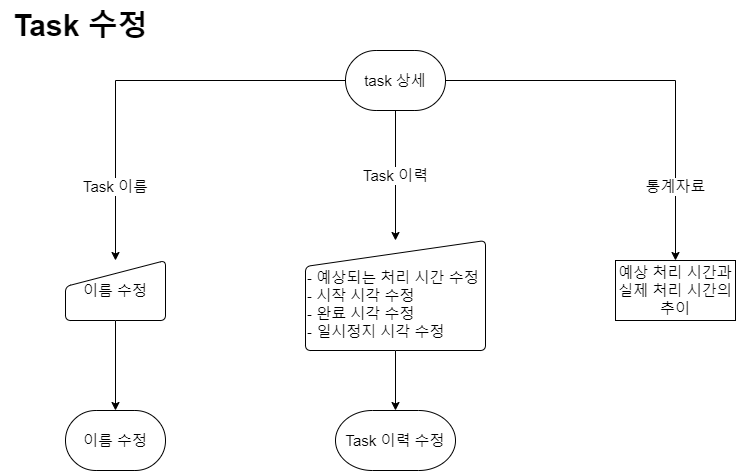
Above: timetodo-flowchart/task fix.png in MEOHIN/todo-pe (draw.io), before the change. Source tidied: cells renumbered, new cells last; positions are measured from the earlier drawing's top-left corner, leaving out a move shared by most shapes.
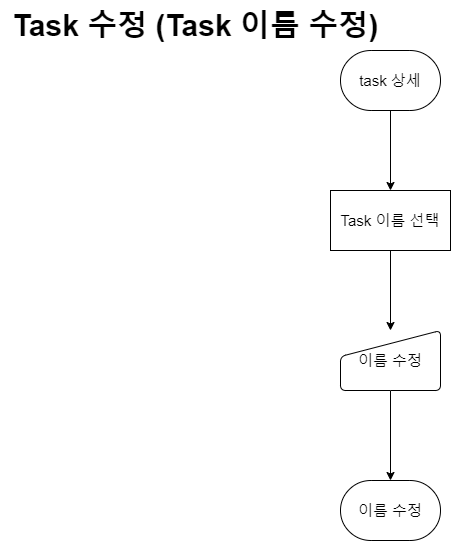
The same file after the commit.

Change to the diagram source:
```diff
@@ -2,18 +2,12 @@
   <root>
     <mxCell id="0" />
     <mxCell id="1" parent="0" />
-    <mxCell id="2" value="&lt;span style=&quot;font-size: 30px;&quot;&gt;Task 수정&lt;/span&gt;" style="text;html=1;align=center;verticalAlign=middle;strokeColor=none;fillColor=none;fontStyle=1;fontSize=30;" parent="1" vertex="1">
-      <mxGeometry width="160" height="50" as="geometry" />
+    <mxCell id="2" value="&lt;span style=&quot;font-size: 30px;&quot;&gt;Task 수정 (Task 이름 수정)&lt;/span&gt;" style="text;html=1;align=center;verticalAlign=middle;strokeColor=none;fillColor=none;fontStyle=1;fontSize=30;" parent="1" vertex="1">
+      <mxGeometry x="5" width="390" height="50" as="geometry" />
     </mxCell>
-    <mxCell id="3" value="Task 이력" style="edgeStyle=orthogonalEdgeStyle;rounded=0;jettySize=auto;html=1;fontSize=15;" parent="1" edge="1" source="6" target="10">
-      <mxGeometry relative="1" as="geometry" />
-    </mxCell>
-    <mxCell id="4" value="Task 이름" style="edgeStyle=orthogonalEdgeStyle;rounded=0;jettySize=auto;html=1;fontSize=15;" parent="1" edge="1" source="6" target="8">
-      <mxGeometry x="0.64" relative="1" as="geometry" />
-    </mxCell>
-    <mxCell id="5" value="통계자료" style="edgeStyle=orthogonalEdgeStyle;rounded=0;jettySize=auto;html=1;fontSize=15;" parent="1" edge="1" source="6" target="11">
-      <mxGeometry x="0.64" relative="1" as="geometry" />
-    </mxCell>
+    <mxCell id="14" style="edgeStyle=orthogonalEdgeStyle;rounded=0;jettySize=auto;html=1;" parent="1" edge="1" source="6" target="16">
+      <mxGeometry relative="1" as="geometry" />
+    </mxCell>
     <mxCell id="6" value="task 상세" style="strokeWidth=1;html=1;shape=mxgraph.flowchart.terminator;whiteSpace=wrap;fontSize=15;" parent="1" vertex="1">
       <mxGeometry x="345" y="50" width="100" height="60" as="geometry" />
     </mxCell>
@@ -21,22 +15,16 @@
       <mxGeometry relative="1" as="geometry" />
     </mxCell>
     <mxCell id="8" value="이름 수정" style="html=1;strokeWidth=1;shape=manualInput;whiteSpace=wrap;rounded=1;size=26;arcSize=11;fontSize=15;" parent="1" vertex="1">
-      <mxGeometry x="65" y="260" width="100" height="60" as="geometry" />
+      <mxGeometry x="345" y="330" width="100" height="60" as="geometry" />
     </mxCell>
-    <mxCell id="9" style="edgeStyle=orthogonalEdgeStyle;rounded=0;jettySize=auto;html=1;" parent="1" edge="1" source="10" target="13">
-      <mxGeometry relative="1" as="geometry" />
-    </mxCell>
-    <mxCell id="10" value="&lt;br&gt;- 예상되는 처리 시간 수정&lt;br&gt;&lt;div style=&quot;&quot;&gt;&lt;span style=&quot;background-color: initial;&quot;&gt;- 시작 시각 수정&lt;/span&gt;&lt;/div&gt;- 완료 시각 수정&lt;br&gt;- 일시정지 시각 수정" style="html=1;strokeWidth=1;shape=manualInput;whiteSpace=wrap;rounded=1;size=26;arcSize=11;fontSize=15;align=left;" parent="1" vertex="1">
-      <mxGeometry x="305" y="240" width="180" height="110" as="geometry" />
-    </mxCell>
-    <mxCell id="11" value="예상 처리 시간과 실제 처리 시간의 추이" style="whiteSpace=wrap;html=1;fontSize=15;strokeWidth=1;" parent="1" vertex="1">
-      <mxGeometry x="615" y="260" width="120" height="60" as="geometry" />
-    </mxCell>
     <mxCell id="12" value="이름 수정" style="strokeWidth=1;html=1;shape=mxgraph.flowchart.terminator;whiteSpace=wrap;fontSize=15;" parent="1" vertex="1">
-      <mxGeometry x="65" y="410" width="100" height="60" as="geometry" />
+      <mxGeometry x="345" y="480" width="100" height="60" as="geometry" />
     </mxCell>
-    <mxCell id="13" value="Task 이력 수정" style="strokeWidth=1;html=1;shape=mxgraph.flowchart.terminator;whiteSpace=wrap;fontSize=15;" parent="1" vertex="1">
-      <mxGeometry x="335" y="410" width="120" height="60" as="geometry" />
-    </mxCell>
+    <mxCell id="15" style="edgeStyle=orthogonalEdgeStyle;rounded=0;jettySize=auto;html=1;" parent="1" edge="1" source="16" target="8">
+      <mxGeometry relative="1" as="geometry" />
+    </mxCell>
+    <mxCell id="16" value="Task 이름 선택" style="whiteSpace=wrap;html=1;fontSize=15;strokeWidth=1;" parent="1" vertex="1">
+      <mxGeometry x="335" y="190" width="120" height="60" as="geometry" />
+    </mxCell>
   </root>
 </mxGraphModel>
```
